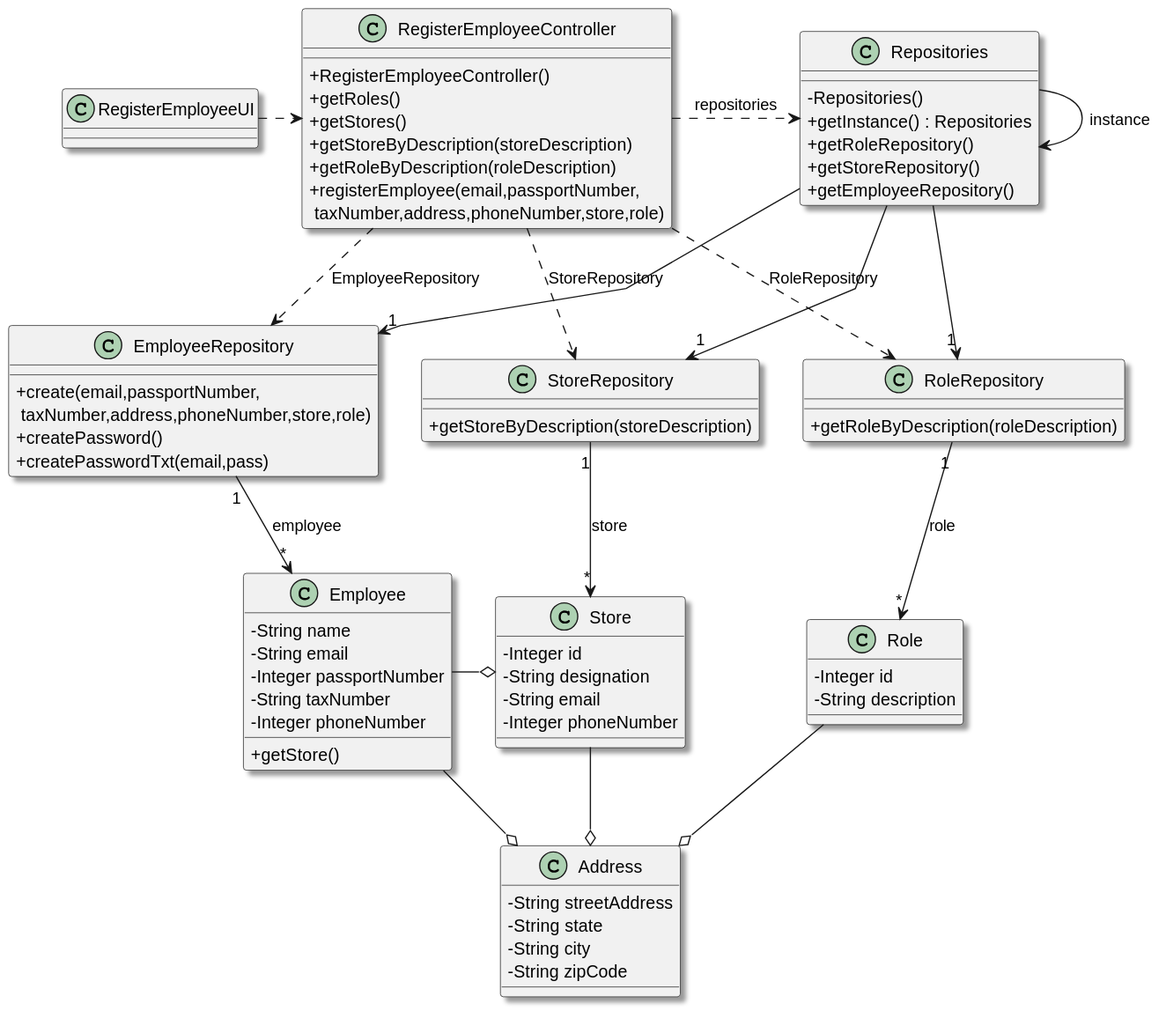
Above: docs/sprintD/us003/03.design/svg/us003-class-diagram.svg in Shushizinho/RealEstateUSASystem (PlantUML), before the change. The source it was exported from:
```plantuml
@startuml
skinparam packageStyle rectangle
skinparam shadowing true
skinparam linetype polyline

skinparam classAttributeIconSize 0




class Store {
    - Integer id
    - String designation
    - String email
    - Integer phoneNumber
}

class Employee {
    - String name
    - String email
    - Integer passportNumber
    - String taxNumber
    - Integer phoneNumber
    + getStore()
}

class Address{
     - String streetAddress
     - String state
     - String city
     - String zipCode
}



class StoreRepository {
    + getStoreByDescription(storeDescription)
}

class Role{
    - Integer id
    - String description
}

class RoleRepository {
    + getRoleByDescription(roleDescription)
}

class EmployeeRepository {
     + create(email,passportNumber,\n taxNumber,address,phoneNumber,store,role)
     + createPassword()
     + createPasswordTxt(email,pass)
}

class Repositories {
    - Repositories()
    + getInstance() : Repositories
    + getRoleRepository()
    + getStoreRepository()
    + getEmployeeRepository()
}

class RegisterEmployeeController {
    + RegisterEmployeeController()
    + getRoles()
    + getStores()
    + getStoreByDescription(storeDescription)
    + getRoleByDescription(roleDescription)
    + registerEmployee(email,passportNumber,\n taxNumber,address,phoneNumber,store,role)
}




class RegisterEmployeeUI {
}

Repositories -> Repositories : instance

RegisterEmployeeUI .> RegisterEmployeeController

RegisterEmployeeController .> Repositories : repositories

Repositories -> "1" StoreRepository
Repositories -> "1" EmployeeRepository

RegisterEmployeeController ..> EmployeeRepository : EmployeeRepository
RegisterEmployeeController ..> RoleRepository : RoleRepository
RegisterEmployeeController ..> StoreRepository : StoreRepository

Repositories --> "1" RoleRepository

StoreRepository "1" --> "*" Store : store
RoleRepository "1" --> "*" Role : role
EmployeeRepository "1" --> "*" Employee : employee


Employee -o Store
Employee -o Address
Store --o Address
Role --o Address
@enduml
```
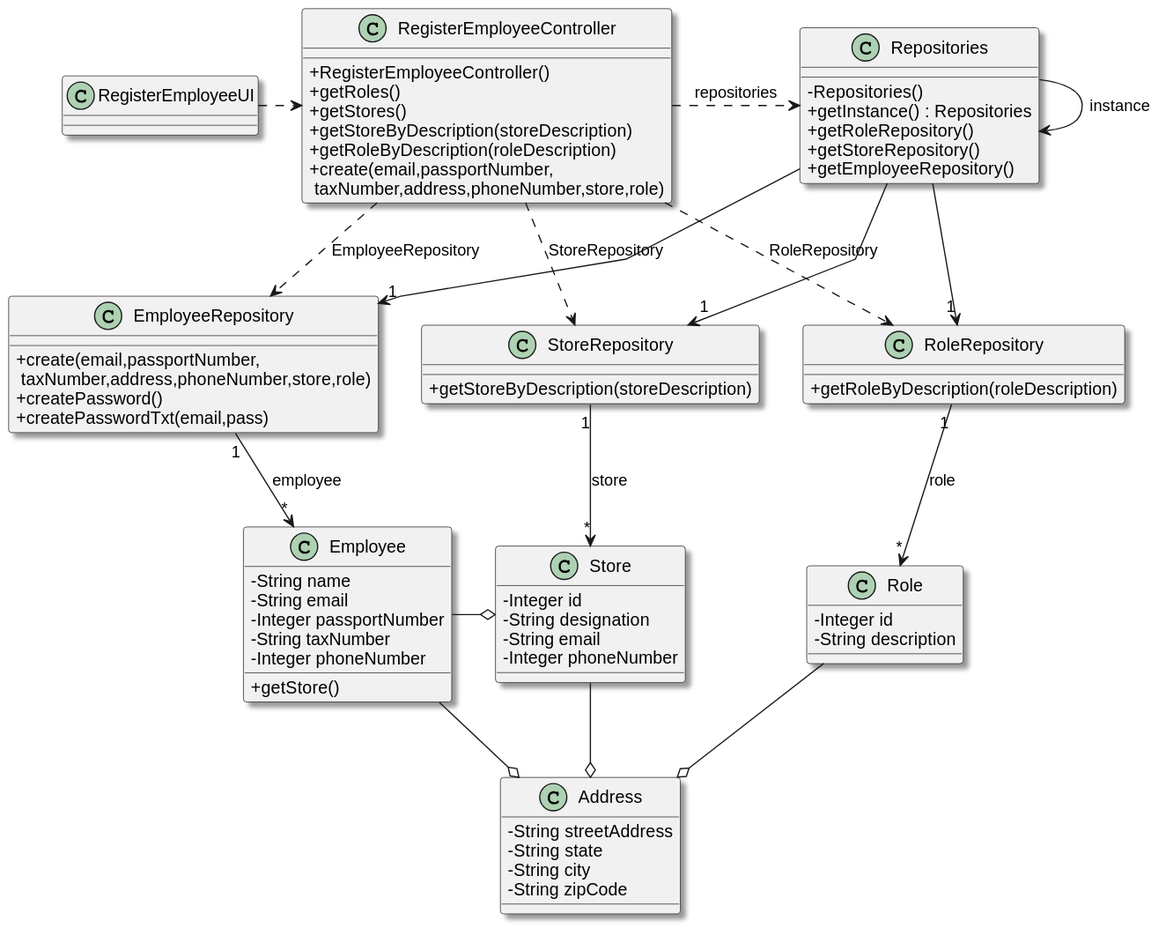
The same diagram one commit later.

The edit, as a diff of the source:
```diff
@@ -66,7 +66,7 @@
     + getStores()
     + getStoreByDescription(storeDescription)
     + getRoleByDescription(roleDescription)
-    + registerEmployee(email,passportNumber,\n taxNumber,address,phoneNumber,store,role)
+    + create(email,passportNumber,\n taxNumber,address,phoneNumber,store,role)
 }
 
 
```
